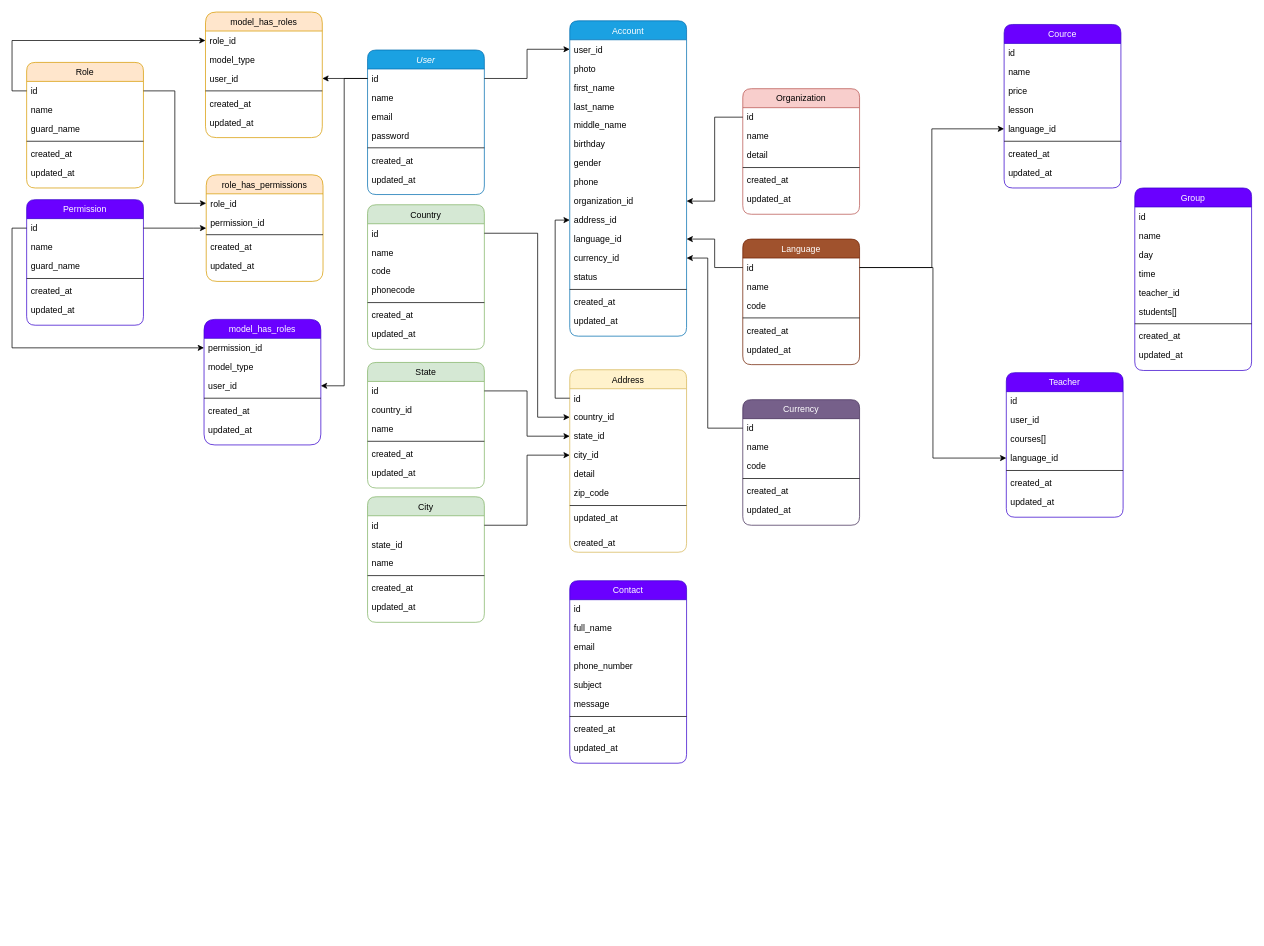
Before: public/Untitled Diagram.drawio in urinboy/EduCRM, a draw.io diagram. Source tidied: cells renumbered, new cells numbered last; positions are measured from the earlier drawing's top-left corner, leaving out a move shared by most shapes. Both pictures are drawn from the tidied source at 73%, with x=0, y=0 at pixel (26, 12).
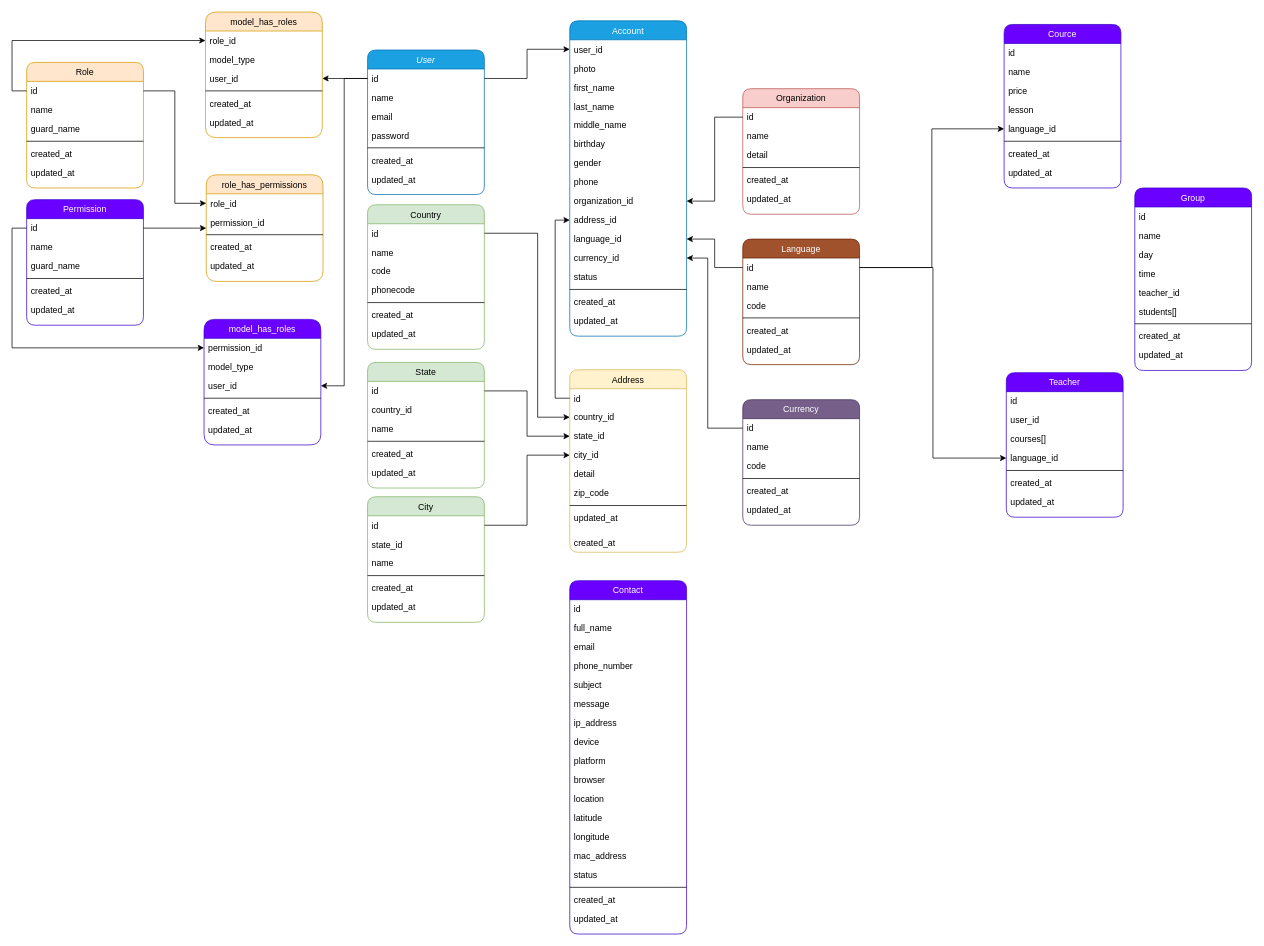
The same page after the edit.

The edit, as a diff of the source:
```diff
@@
     <mxCell id="158" value="Contact" style="swimlane;fontStyle=0;align=center;verticalAlign=top;horizontal=1;startSize=26;rounded=1;shadow=0;strokeWidth=1;fillColor=#6a00ff;strokeColor=#3700CC;fontColor=#ffffff;" parent="1" vertex="1">
-      <mxGeometry x="744" y="779" width="160" height="250" as="geometry" />
+      <mxGeometry x="744" y="779" width="160" height="484" as="geometry" />
     </mxCell>
@@
+    <mxCell id="168" value="ip_address" style="text;align=left;verticalAlign=top;spacingLeft=4;spacingRight=4;overflow=hidden;" parent="158" vertex="1">
+      <mxGeometry y="182" width="160" height="26" as="geometry" />
+    </mxCell>
+    <mxCell id="169" value="device" style="text;align=left;verticalAlign=top;spacingLeft=4;spacingRight=4;overflow=hidden;" parent="158" vertex="1">
+      <mxGeometry y="208" width="160" height="26" as="geometry" />
+    </mxCell>
+    <mxCell id="170" value="platform" style="text;align=left;verticalAlign=top;spacingLeft=4;spacingRight=4;overflow=hidden;" parent="158" vertex="1">
+      <mxGeometry y="234" width="160" height="26" as="geometry" />
+    </mxCell>
+    <mxCell id="171" value="browser" style="text;align=left;verticalAlign=top;spacingLeft=4;spacingRight=4;overflow=hidden;" parent="158" vertex="1">
+      <mxGeometry y="260" width="160" height="26" as="geometry" />
+    </mxCell>
+    <mxCell id="172" value="location" style="text;align=left;verticalAlign=top;spacingLeft=4;spacingRight=4;overflow=hidden;" parent="158" vertex="1">
+      <mxGeometry y="286" width="160" height="26" as="geometry" />
+    </mxCell>
+    <mxCell id="173" value="latitude" style="text;align=left;verticalAlign=top;spacingLeft=4;spacingRight=4;overflow=hidden;" parent="158" vertex="1">
+      <mxGeometry y="312" width="160" height="26" as="geometry" />
+    </mxCell>
+    <mxCell id="174" value="longitude" style="text;align=left;verticalAlign=top;spacingLeft=4;spacingRight=4;overflow=hidden;" parent="158" vertex="1">
+      <mxGeometry y="338" width="160" height="26" as="geometry" />
+    </mxCell>
+    <mxCell id="175" value="mac_address" style="text;align=left;verticalAlign=top;spacingLeft=4;spacingRight=4;overflow=hidden;" parent="158" vertex="1">
+      <mxGeometry y="364" width="160" height="26" as="geometry" />
+    </mxCell>
+    <mxCell id="176" value="status" style="text;align=left;verticalAlign=top;spacingLeft=4;spacingRight=4;overflow=hidden;" parent="158" vertex="1">
+      <mxGeometry y="390" width="160" height="26" as="geometry" />
+    </mxCell>
     <mxCell id="165" style="line;html=1;strokeWidth=1;align=left;verticalAlign=middle;spacingTop=-1;spacingLeft=3;spacingRight=3;labelPosition=right;" parent="158" vertex="1">
-      <mxGeometry y="182" width="160" height="8" as="geometry" />
+      <mxGeometry y="416" width="160" height="8" as="geometry" />
     </mxCell>
     <mxCell id="166" value="created_at" style="text;align=left;verticalAlign=top;spacingLeft=4;spacingRight=4;overflow=hidden;" parent="158" vertex="1">
-      <mxGeometry y="190" width="160" height="26" as="geometry" />
+      <mxGeometry y="424" width="160" height="26" as="geometry" />
     </mxCell>
     <mxCell id="167" value="updated_at" style="text;align=left;verticalAlign=top;spacingLeft=4;spacingRight=4;overflow=hidden;" parent="158" vertex="1">
-      <mxGeometry y="216" width="160" height="34" as="geometry" />
+      <mxGeometry y="450" width="160" height="34" as="geometry" />
     </mxCell>
```
